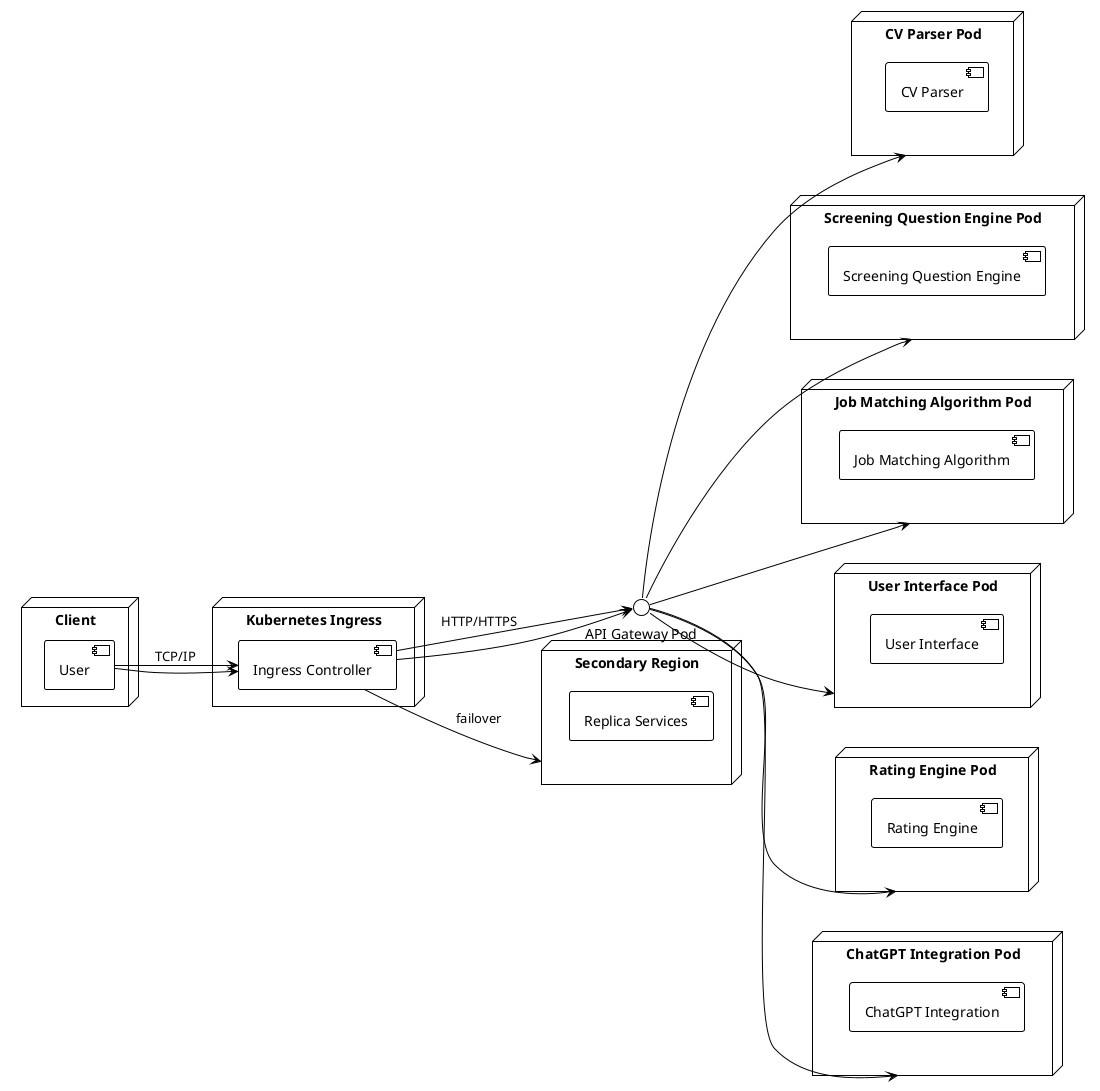
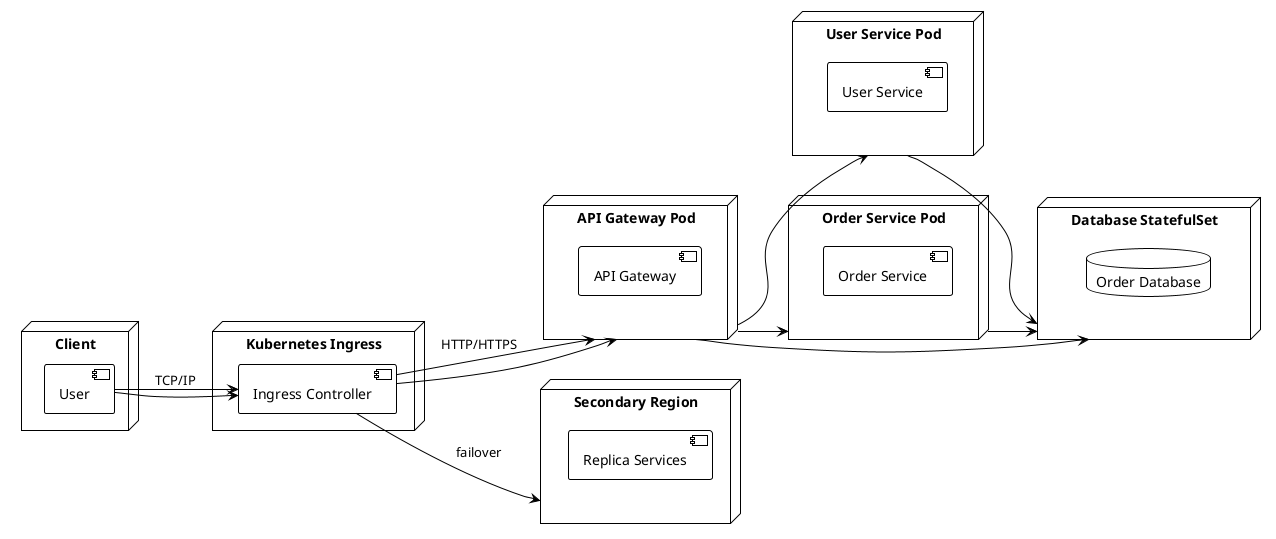
@startuml
!theme plain
left to right direction
node "Client" {
  component "User"
}
node "Kubernetes Ingress" {
  component "Ingress Controller"
}
- node "CV Parser Pod" {
-   component "CV Parser"
+ node "API Gateway Pod" {
+   component "API Gateway"
}
- node "Screening Question Engine Pod" {
-   component "Screening Question Engine"
+ node "User Service Pod" {
+   component "User Service"
}
- node "Job Matching Algorithm Pod" {
-   component "Job Matching Algorithm"
+ node "Order Service Pod" {
+   component "Order Service"
}
- node "User Interface Pod" {
-   component "User Interface"
- }
- node "Rating Engine Pod" {
-   component "Rating Engine"
- }
- node "ChatGPT Integration Pod" {
-   component "ChatGPT Integration"
+ node "Database StatefulSet" {
+   database "Order Database"
}
"User" --> "Ingress Controller" : TCP/IP
"Ingress Controller" --> "API Gateway Pod" : HTTP/HTTPS
"User" --> "Ingress Controller"
"Ingress Controller" --> "API Gateway Pod"
- "API Gateway Pod" --> "CV Parser Pod"
- "API Gateway Pod" --> "Screening Question Engine Pod"
- "API Gateway Pod" --> "Job Matching Algorithm Pod"
- "API Gateway Pod" --> "User Interface Pod"
- "API Gateway Pod" --> "Rating Engine Pod"
- "API Gateway Pod" --> "ChatGPT Integration Pod"
+ "API Gateway Pod" --> "User Service Pod"
+ "API Gateway Pod" --> "Order Service Pod"
+ "API Gateway Pod" --> "Database StatefulSet"
+ "User Service Pod" --> "Database StatefulSet"
+ "Order Service Pod" --> "Database StatefulSet"
node "Secondary Region" {
  component "Replica Services"
}
"Ingress Controller" --> "Secondary Region" : failover
@enduml